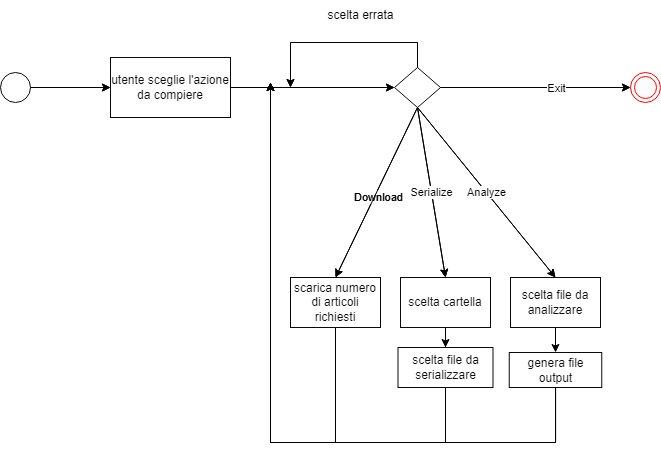
gekoxyz/eis-final keeps this draw.io diagram as resources/ActivityDiagram.drawio.png. Above is the earlier version. Source tidied: cells renumbered, new cells last; positions are measured from the earlier drawing's top-left corner, leaving out a move shared by most shapes.
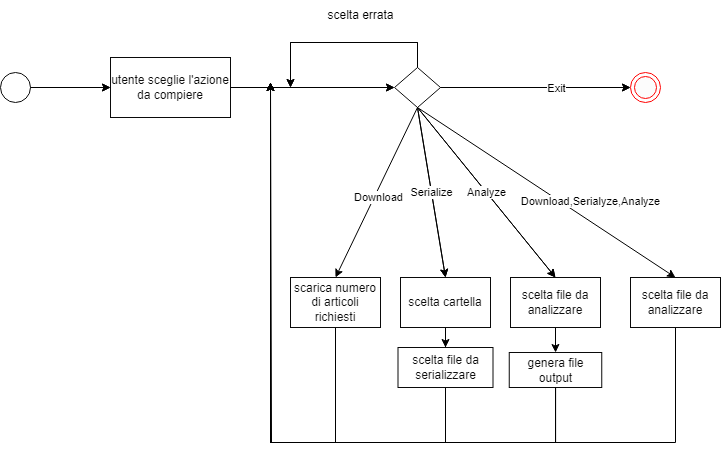
After the commit.

Change to the diagram source:
```diff
@@ -26,6 +26,14 @@
         </Array>
       </mxGeometry>
     </mxCell>
+    <mxCell id="38" style="rounded=0;jettySize=auto;html=1;entryX=0.5;entryY=0;entryDx=0;entryDy=0;exitX=0.5;exitY=1;exitDx=0;exitDy=0;" parent="1" edge="1" source="7" target="41">
+      <mxGeometry relative="1" as="geometry" />
+    </mxCell>
+    <mxCell id="39" value="Download,Serialyze,Analyze" style="edgeLabel;html=1;align=center;verticalAlign=middle;" parent="38" vertex="1">
+      <mxGeometry x="0.08" y="-3" relative="1" as="geometry">
+        <mxPoint x="36" as="offset" />
+      </mxGeometry>
+    </mxCell>
     <mxCell id="7" style="rhombus;whiteSpace=wrap;html=1;fillColor=#FFFFFF;strokeColor=#0A0A0A;fontColor=#0D0D0D;rounded=0;" parent="1" vertex="1">
       <mxGeometry x="394" y="67" width="46" height="40" as="geometry" />
     </mxCell>
@@ -106,12 +114,6 @@
     <mxCell id="26" value="genera file output" style="whiteSpace=wrap;html=1;rounded=0;fillColor=#FFFFFF;strokeColor=#0A0A0A;fontColor=#0D0D0D;" parent="1" vertex="1">
       <mxGeometry x="508.8" y="352" width="92.5" height="35" as="geometry" />
     </mxCell>
-    <mxCell id="27" value="Download" style="endArrow=classic;html=1;rounded=0;exitX=0.5;exitY=1;exitDx=0;exitDy=0;entryX=0.5;entryY=0;entryDx=0;entryDy=0;labelBackgroundColor=none;" parent="1" edge="1">
-      <mxGeometry x="0.04" y="4" relative="1" as="geometry">
-        <mxPoint x="417" y="107" as="sourcePoint" />
-        <mxPoint x="335" y="277" as="targetPoint" />
-      </mxGeometry>
-    </mxCell>
     <mxCell id="28" style="endArrow=classic;html=1;rounded=0;exitX=0.5;exitY=1;exitDx=0;exitDy=0;entryX=0.5;entryY=0;entryDx=0;entryDy=0;labelBackgroundColor=none;" parent="1" edge="1">
       <mxGeometry relative="1" as="geometry">
         <mxPoint x="417" y="107" as="sourcePoint" />
@@ -173,5 +175,18 @@
         <mxPoint x="110" y="87" as="targetPoint" />
       </mxGeometry>
     </mxCell>
+    <mxCell id="40" style="edgeStyle=orthogonalEdgeStyle;rounded=0;jettySize=auto;html=1;" parent="1" edge="1" source="41">
+      <mxGeometry relative="1" as="geometry">
+        <mxPoint x="270" y="82" as="targetPoint" />
+        <Array as="points">
+          <mxPoint x="675" y="442" />
+          <mxPoint x="271" y="442" />
+          <mxPoint x="271" y="82" />
+        </Array>
+      </mxGeometry>
+    </mxCell>
+    <mxCell id="41" value="scelta file da analizzare" style="rounded=0;whiteSpace=wrap;html=1;fillColor=#FFFFFF;strokeColor=#0A0A0A;fontColor=#0D0D0D;" parent="1" vertex="1">
+      <mxGeometry x="630" y="277" width="90" height="50" as="geometry" />
+    </mxCell>
   </root>
 </mxGraphModel>
```
